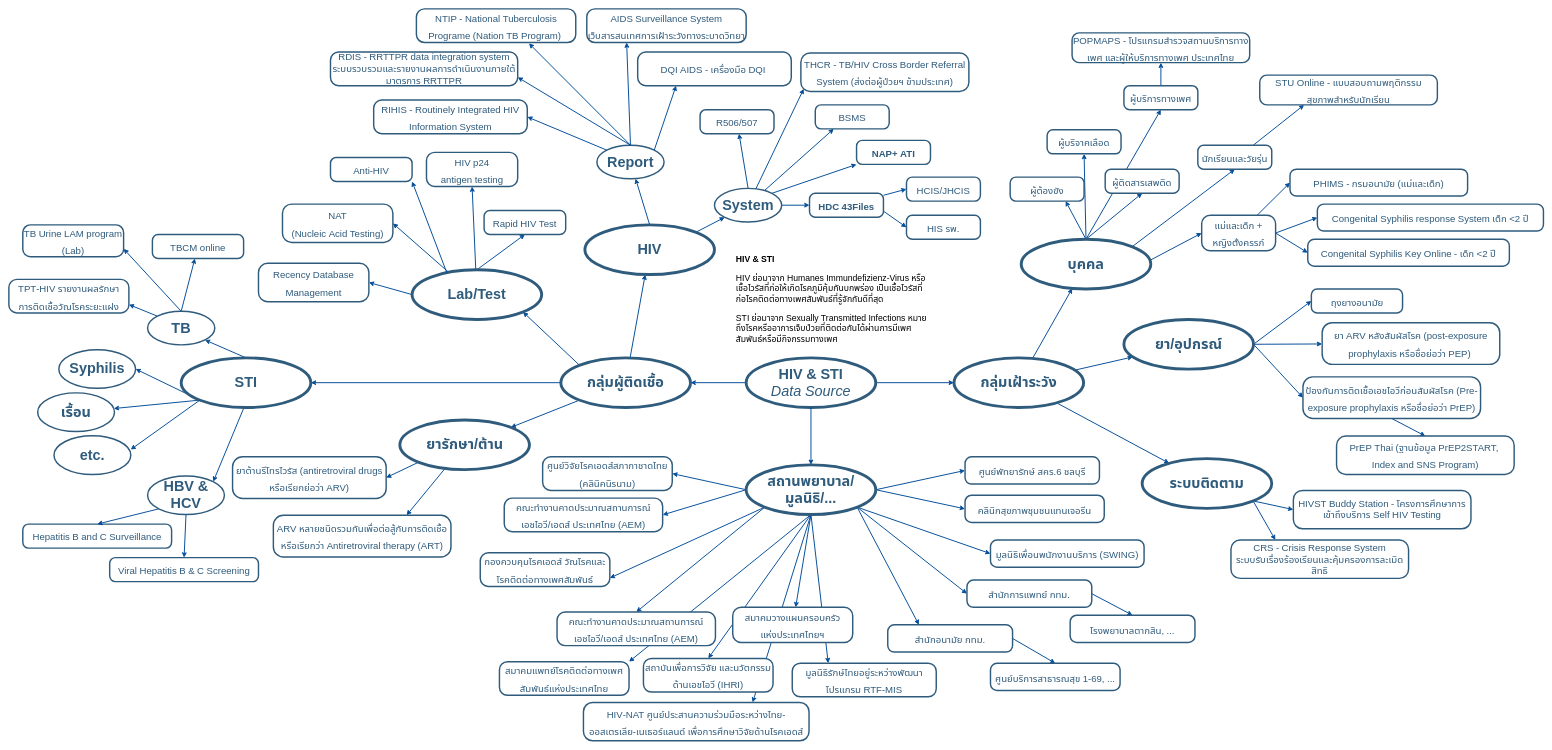
Above: HIV_STI.drawio in anun311/office (draw.io), before the change. Source tidied: cells renumbered, new cells numbered last; positions are measured from the earlier drawing's top-left corner, leaving out a move shared by most shapes. Both pictures are drawn from the tidied source at 48%, with x=0, y=0 at pixel (9, 9).
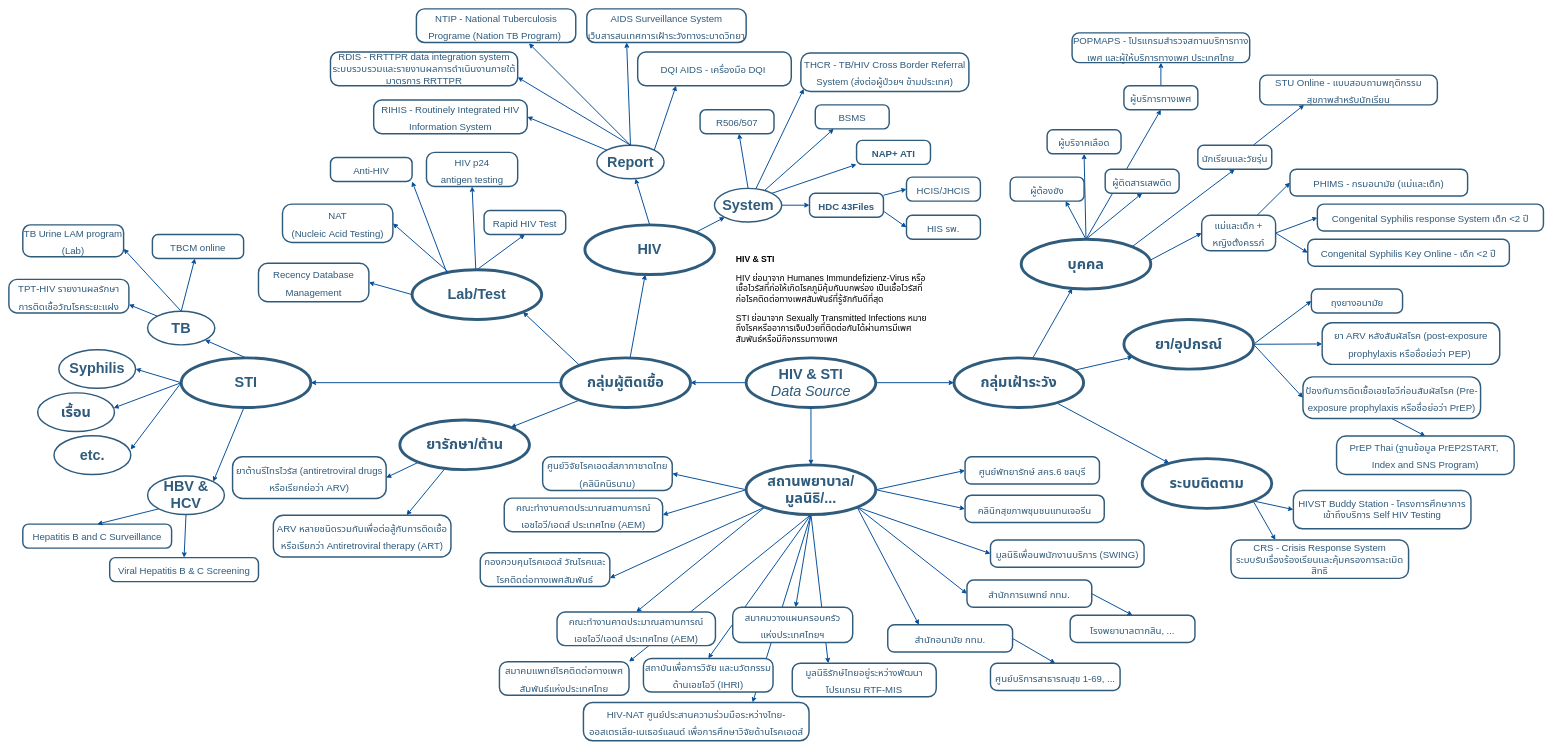
The same page after the edit.

Unchanged cells that the change refers to:
```xml
<mxCell id="36" value="STI" style="ellipse;whiteSpace=wrap;html=1;shadow=0;fontFamily=noto sans thai;fontSize=30;fontColor=#2F5B7C;align=center;strokeColor=#2F5B7C;strokeWidth=6;fillColor=#FFFFFF;fontStyle=1;gradientColor=none;" parent="1" vertex="1">
  <mxGeometry x="359" y="727" width="270" height="103.5" as="geometry" />
</mxCell>
<mxCell id="105" value="Syphilis" style="ellipse;whiteSpace=wrap;html=1;shadow=0;fontFamily=noto sans thai;fontSize=30;fontColor=#2F5B7C;align=center;strokeColor=#2F5B7C;strokeWidth=3;fillColor=#FFFFFF;fontStyle=1;gradientColor=none;" parent="1" vertex="1">
  <mxGeometry x="104" y="710" width="160" height="80.5" as="geometry" />
</mxCell>
<mxCell id="106" value="เรื้อน" style="ellipse;whiteSpace=wrap;html=1;shadow=0;fontFamily=noto sans thai;fontSize=30;fontColor=#2F5B7C;align=center;strokeColor=#2F5B7C;strokeWidth=3;fillColor=#FFFFFF;fontStyle=1;gradientColor=none;" parent="1" vertex="1">
  <mxGeometry x="60" y="800" width="160" height="80.5" as="geometry" />
</mxCell>
<mxCell id="143" value="etc." style="ellipse;whiteSpace=wrap;html=1;shadow=0;fontFamily=noto sans thai;fontSize=30;fontColor=#2F5B7C;align=center;strokeColor=#2F5B7C;strokeWidth=3;fillColor=#FFFFFF;fontStyle=1;gradientColor=none;" parent="1" vertex="1">
  <mxGeometry x="94" y="889.5" width="160" height="80.5" as="geometry" />
</mxCell>
```

The edit, as a diff of the source:
```diff
@@
-    <mxCell id="34" style="edgeStyle=none;shape=connector;rounded=0;jettySize=auto;html=1;exitX=0;exitY=1;exitDx=0;exitDy=0;labelBackgroundColor=default;strokeColor=#004C99;strokeWidth=2;align=center;verticalAlign=middle;fontFamily=Helvetica;fontSize=11;fontColor=default;endArrow=classic;entryX=1;entryY=0.5;entryDx=0;entryDy=0;" parent="1" edge="1" source="36" target="105">
+    <mxCell id="34" style="edgeStyle=none;shape=connector;rounded=0;jettySize=auto;html=1;exitX=0;exitY=0.5;exitDx=0;exitDy=0;labelBackgroundColor=default;strokeColor=#004C99;strokeWidth=2;align=center;verticalAlign=middle;fontFamily=Helvetica;fontSize=11;fontColor=default;endArrow=classic;entryX=1;entryY=0.5;entryDx=0;entryDy=0;" parent="1" edge="1" source="36" target="105">
       <mxGeometry relative="1" as="geometry" />
     </mxCell>
-    <mxCell id="35" style="edgeStyle=none;shape=connector;rounded=0;jettySize=auto;html=1;exitX=0;exitY=1;exitDx=0;exitDy=0;labelBackgroundColor=default;strokeColor=#004C99;strokeWidth=2;align=center;verticalAlign=middle;fontFamily=Helvetica;fontSize=11;fontColor=default;endArrow=classic;" parent="1" edge="1" source="36" target="106">
+    <mxCell id="35" style="edgeStyle=none;shape=connector;rounded=0;jettySize=auto;html=1;exitX=0;exitY=0.5;exitDx=0;exitDy=0;labelBackgroundColor=default;strokeColor=#004C99;strokeWidth=2;align=center;verticalAlign=middle;fontFamily=Helvetica;fontSize=11;fontColor=default;endArrow=classic;entryX=0.989;entryY=0.392;entryDx=0;entryDy=0;entryPerimeter=0;" parent="1" edge="1" source="36" target="106">
       <mxGeometry relative="1" as="geometry" />
     </mxCell>
@@
-    <mxCell id="152" style="edgeStyle=none;shape=connector;rounded=0;jettySize=auto;html=1;exitX=0;exitY=1;exitDx=0;exitDy=0;entryX=0.998;entryY=0.356;entryDx=0;entryDy=0;labelBackgroundColor=default;strokeColor=#004C99;strokeWidth=2;align=center;verticalAlign=middle;fontFamily=Helvetica;fontSize=11;fontColor=default;endArrow=classic;entryPerimeter=0;" parent="1" edge="1" source="36" target="143">
+    <mxCell id="152" style="edgeStyle=none;shape=connector;rounded=0;jettySize=auto;html=1;exitX=0;exitY=0.5;exitDx=0;exitDy=0;entryX=0.998;entryY=0.356;entryDx=0;entryDy=0;labelBackgroundColor=default;strokeColor=#004C99;strokeWidth=2;align=center;verticalAlign=middle;fontFamily=Helvetica;fontSize=11;fontColor=default;endArrow=classic;entryPerimeter=0;" parent="1" edge="1" source="36" target="143">
       <mxGeometry relative="1" as="geometry" />
     </mxCell>
```
